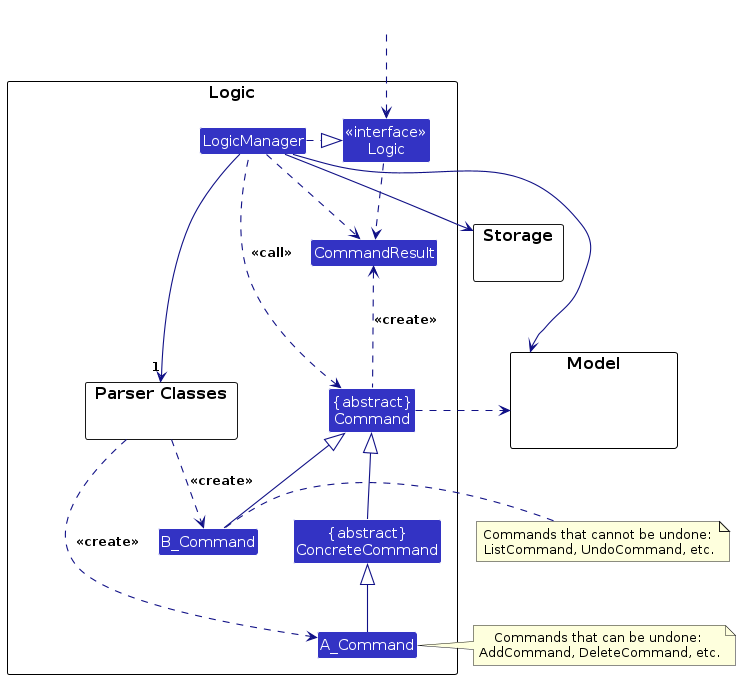
This is diagrams/LogicClassDiagram.png from charlesliyifeng/tp, a PlantUML export, as it was before one commit. Its source is kept beside it as diagrams/LogicClassDiagram.puml. Source of this version:
```plantuml
@startuml
!include style.puml
skinparam arrowThickness 1.1
skinparam arrowColor LOGIC_COLOR_T4
skinparam classBackgroundColor LOGIC_COLOR

package Logic as LogicPackage {

package "Parser Classes" as ParserClasses{
}
Class A_Command
Class B_Command
Class CommandResult
Class "{abstract}\nCommand" as Command
Class "{abstract}\nConcreteCommand" as ConcreteCommand


Class "<<interface>>\nLogic" as Logic
Class LogicManager
}

package Model {
Class HiddenModel #FFFFFF
}

package Storage {
}

Class HiddenOutside #FFFFFF
HiddenOutside ..> Logic

LogicManager .right.|> Logic
LogicManager -right->"1" ParserClasses
ParserClasses ..> A_Command : <<create>>
ParserClasses ..> B_Command : <<create>>

ConcreteCommand -up-|> Command
A_Command -up-|> ConcreteCommand
B_Command -up-|> Command
LogicManager .left.> Command : <<call>>

LogicManager --> Model
LogicManager --> Storage
Storage --[hidden] Model
Command .[hidden]up.> Storage
Command .right.> Model
note right of A_Command: Commands that can be undone: \nAddCommand, DeleteCommand, etc.
note right of B_Command: Commands that cannot be undone: \nListCommand, UndoCommand, etc.

Logic ..> CommandResult
LogicManager .down.> CommandResult
Command .up.> CommandResult : <<create>>
@enduml
```
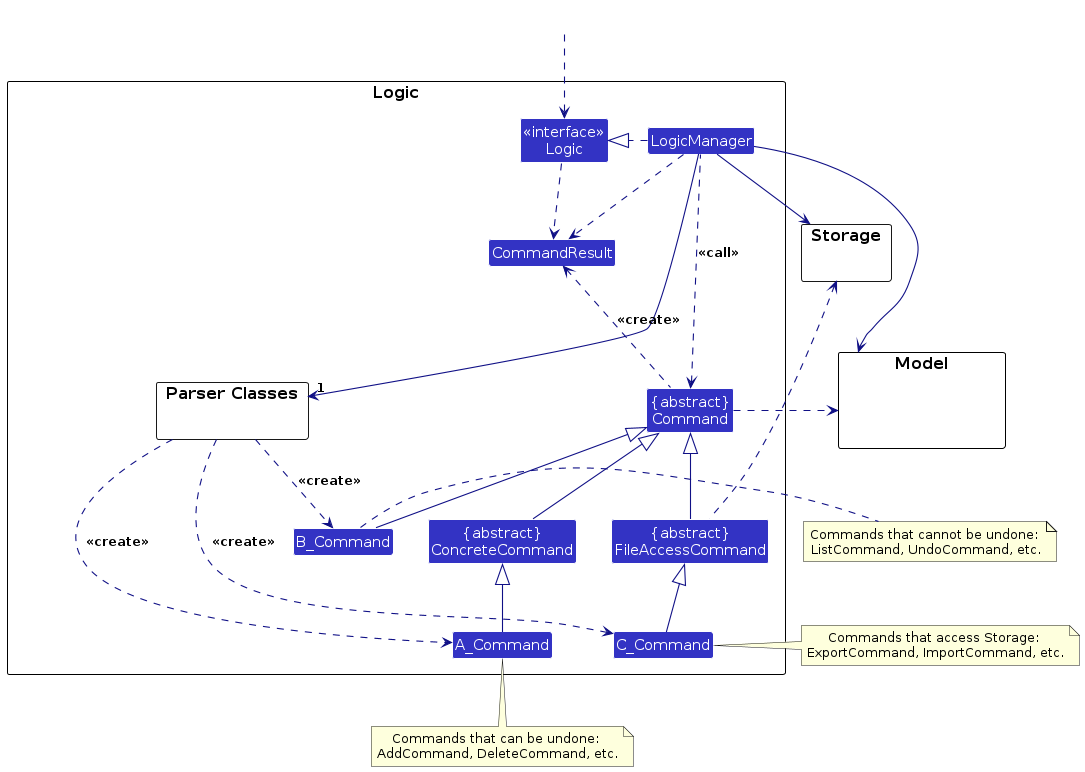
Above is the later version.

Change to the diagram source:
```diff
@@ -10,9 +10,11 @@
 }
 Class A_Command
 Class B_Command
+Class C_Command
 Class CommandResult
 Class "{abstract}\nCommand" as Command
 Class "{abstract}\nConcreteCommand" as ConcreteCommand
+Class "{abstract}\nFileAccessCommand" as FileAccessCommand
 
 
 Class "<<interface>>\nLogic" as Logic
@@ -33,19 +35,26 @@
 LogicManager -right->"1" ParserClasses
 ParserClasses ..> A_Command : <<create>>
 ParserClasses ..> B_Command : <<create>>
+ParserClasses ..> C_Command : <<create>>
 
 ConcreteCommand -up-|> Command
+FileAccessCommand -up-|> Command
 A_Command -up-|> ConcreteCommand
 B_Command -up-|> Command
+C_Command -up-|> FileAccessCommand
+A_Command .[hidden]right.> C_Command
 LogicManager .left.> Command : <<call>>
 
 LogicManager --> Model
 LogicManager --> Storage
+FileAccessCommand .up.> Storage
 Storage --[hidden] Model
 Command .[hidden]up.> Storage
 Command .right.> Model
-note right of A_Command: Commands that can be undone: \nAddCommand, DeleteCommand, etc.
+note bottom of A_Command: Commands that can be undone: \nAddCommand, DeleteCommand, etc.
 note right of B_Command: Commands that cannot be undone: \nListCommand, UndoCommand, etc.
+note right of C_Command: Commands that access Storage: \nExportCommand, ImportCommand, etc.
+
 
 Logic ..> CommandResult
 LogicManager .down.> CommandResult
```
